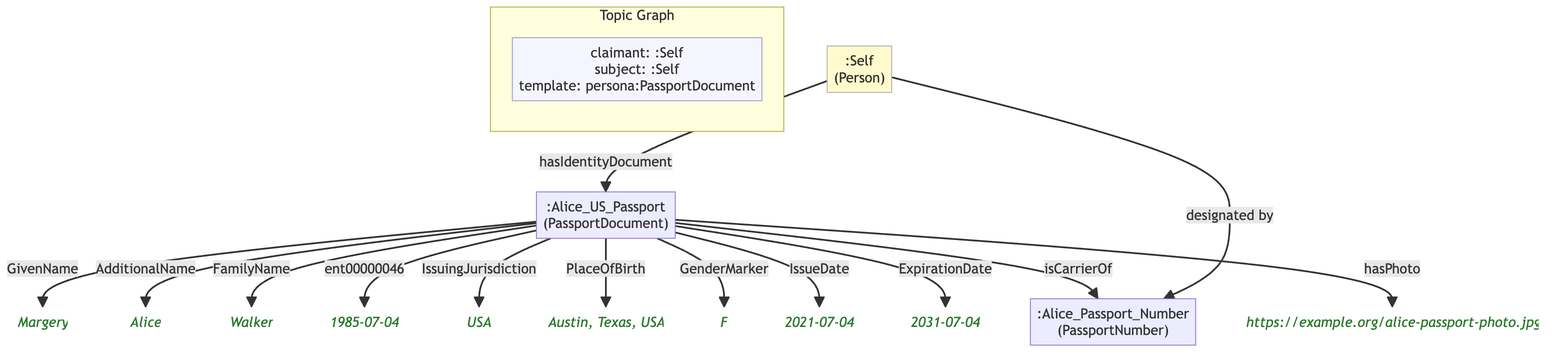
Above: example/graphs/images/graph-19.png in MeeFoundation/mia-ontologies (Mermaid), before the change. Its source is kept beside it as example/graphs/images/graph-19.mmd. The source it was exported from:
```mermaid
flowchart TD
    classDef person fill:#fffacd,stroke:#aaa,color:#333
    classDef grp    fill:#d4edda,stroke:#aaa,color:#333
    classDef org    fill:#cce5ff,stroke:#aaa,color:#333
    classDef lit    fill:none,stroke:none,font-style:italic,color:#2a7a2a
    classDef meta   fill:#f5f5ff,stroke:#9999cc,color:#333

    subgraph ctx["Topic Graph"]
        direction LR
        ctx_meta["claimant: :Self\nsubject: :Self\ntemplate: persona:PassportDocument"]:::meta
    end

    n104df4bab92a[":Alice_Passport_Number\n(PassportNumber)"]
    n1e9b86ff4c78[":Alice_US_Passport\n(PassportDocument)"]
    n2462fcc622a3("Margery"):::lit
    nf8d56a555d17("Alice"):::lit
    n3b0bafb237c9("Walker"):::lit
    nf26c90526fb0("1985-07-04"):::lit
    n8c8400980ee3("USA"):::lit
    na2ae95aeb319("Austin, Texas, USA"):::lit
    n7b51d89692a7("F"):::lit
    n7b9b8bd8a490("2021-07-04"):::lit
    n4a77b913de2e("2031-07-04"):::lit
    n0b3af7b5a715("https://example.org/alice-passport-photo.jpg"):::lit
    ne0c3ba92f1db[":Self\n(Person)"]:::person

    n1e9b86ff4c78 -->|"GivenName"| n2462fcc622a3
    n1e9b86ff4c78 -->|"AdditionalName"| nf8d56a555d17
    n1e9b86ff4c78 -->|"FamilyName"| n3b0bafb237c9
    n1e9b86ff4c78 -->|"ent00000046"| nf26c90526fb0
    n1e9b86ff4c78 -->|"IssuingJurisdiction"| n8c8400980ee3
    n1e9b86ff4c78 -->|"PlaceOfBirth"| na2ae95aeb319
    n1e9b86ff4c78 -->|"GenderMarker"| n7b51d89692a7
    n1e9b86ff4c78 -->|"IssueDate"| n7b9b8bd8a490
    n1e9b86ff4c78 -->|"ExpirationDate"| n4a77b913de2e
    n1e9b86ff4c78 -->|"isCarrierOf"| n104df4bab92a
    n1e9b86ff4c78 -->|"hasPhoto"| n0b3af7b5a715
    ne0c3ba92f1db -->|"hasIdentityDocument"| n1e9b86ff4c78
    ne0c3ba92f1db -->|"designated by"| n104df4bab92a
```
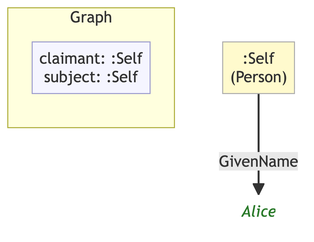
After the commit.

Change to the diagram source:
```diff
@@ -1,39 +1,15 @@
 flowchart TD
     classDef person fill:#fffacd,stroke:#aaa,color:#333
-    classDef grp    fill:#d4edda,stroke:#aaa,color:#333
     classDef org    fill:#cce5ff,stroke:#aaa,color:#333
     classDef lit    fill:none,stroke:none,font-style:italic,color:#2a7a2a
     classDef meta   fill:#f5f5ff,stroke:#9999cc,color:#333
 
-    subgraph ctx["Topic Graph"]
+    subgraph ctx["Graph"]
         direction LR
-        ctx_meta["claimant: :Self\nsubject: :Self\ntemplate: persona:PassportDocument"]:::meta
+        ctx_meta["claimant: :Self\nsubject: :Self"]:::meta
     end
 
-    n104df4bab92a[":Alice_Passport_Number\n(PassportNumber)"]
-    n1e9b86ff4c78[":Alice_US_Passport\n(PassportDocument)"]
-    n2462fcc622a3("Margery"):::lit
-    nf8d56a555d17("Alice"):::lit
-    n3b0bafb237c9("Walker"):::lit
-    nf26c90526fb0("1985-07-04"):::lit
-    n8c8400980ee3("USA"):::lit
-    na2ae95aeb319("Austin, Texas, USA"):::lit
-    n7b51d89692a7("F"):::lit
-    n7b9b8bd8a490("2021-07-04"):::lit
-    n4a77b913de2e("2031-07-04"):::lit
-    n0b3af7b5a715("https://example.org/alice-passport-photo.jpg"):::lit
     ne0c3ba92f1db[":Self\n(Person)"]:::person
+    na6edde2f292e("Alice"):::lit
 
-    n1e9b86ff4c78 -->|"GivenName"| n2462fcc622a3
-    n1e9b86ff4c78 -->|"AdditionalName"| nf8d56a555d17
-    n1e9b86ff4c78 -->|"FamilyName"| n3b0bafb237c9
-    n1e9b86ff4c78 -->|"ent00000046"| nf26c90526fb0
-    n1e9b86ff4c78 -->|"IssuingJurisdiction"| n8c8400980ee3
-    n1e9b86ff4c78 -->|"PlaceOfBirth"| na2ae95aeb319
-    n1e9b86ff4c78 -->|"GenderMarker"| n7b51d89692a7
-    n1e9b86ff4c78 -->|"IssueDate"| n7b9b8bd8a490
-    n1e9b86ff4c78 -->|"ExpirationDate"| n4a77b913de2e
-    n1e9b86ff4c78 -->|"isCarrierOf"| n104df4bab92a
-    n1e9b86ff4c78 -->|"hasPhoto"| n0b3af7b5a715
-    ne0c3ba92f1db -->|"hasIdentityDocument"| n1e9b86ff4c78
-    ne0c3ba92f1db -->|"designated by"| n104df4bab92a
+    ne0c3ba92f1db -->|"GivenName"| na6edde2f292e
```
